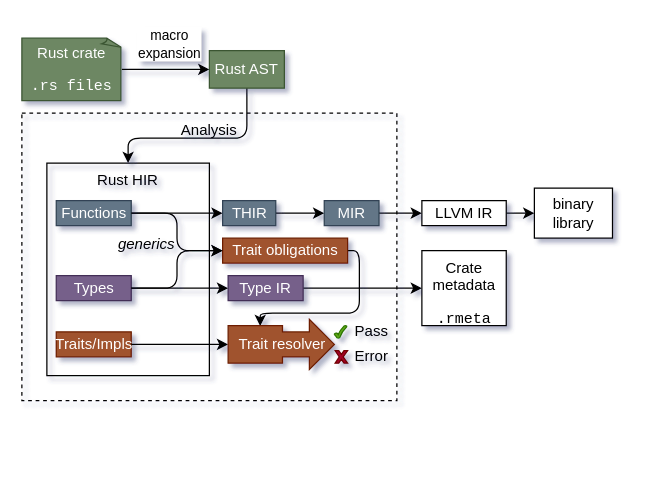
Before: page "rustc" (1 of 3) of docs/design-docs/design.drawio in stuuupidcat/RPL, a draw.io diagram. Source tidied: cells renumbered, new cells numbered last; positions are measured from the earlier drawing's top-left corner, leaving out a move shared by most shapes. Both pictures are drawn from the tidied source at 125%, with x=0, y=0 at pixel (21, 38).
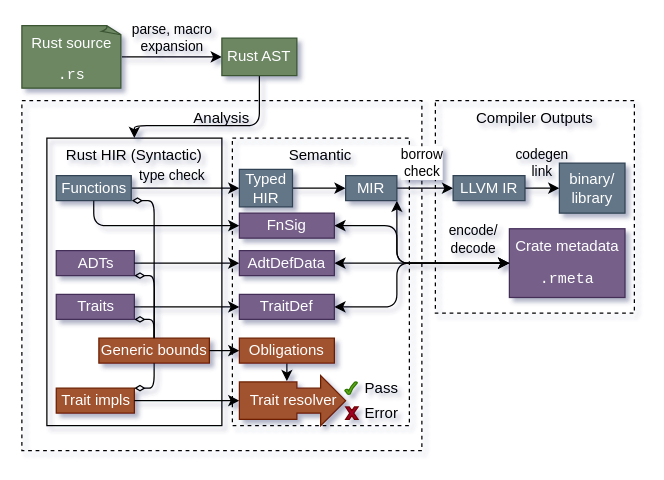
The same diagram, later.

Diff of the diagram source:
```diff
@@
+    <mxCell id="37" value="Compiler Outputs" style="whiteSpace=wrap;html=1;verticalAlign=top;fillColor=none;dashed=1;" parent="1" vertex="1">
+      <mxGeometry x="330.8" y="50" width="159.2" height="170" as="geometry" />
+    </mxCell>
+    <mxCell id="4" value="Analysis" style="rounded=0;whiteSpace=wrap;html=1;fillColor=none;verticalAlign=top;dashed=1;" parent="1" vertex="1">
+      <mxGeometry y="50" width="320" height="280" as="geometry" />
+    </mxCell>
-    <mxCell id="2" value="macro&lt;br&gt;expansion" style="edgeStyle=orthogonalEdgeStyle;rounded=0;jettySize=auto;html=1;" parent="1" edge="1" source="3" target="6">
-      <mxGeometry x="0.09" y="20" relative="1" as="geometry" />
+    <mxCell id="2" value="parse, macro&lt;br&gt;expansion" style="edgeStyle=orthogonalEdgeStyle;rounded=0;jettySize=auto;html=1;labelBackgroundColor=none;labelBorderColor=none;" parent="1" edge="1" source="3" target="6">
+      <mxGeometry y="15" relative="1" as="geometry" />
     </mxCell>
+    <mxCell id="38" value="Semantic" style="whiteSpace=wrap;html=1;verticalAlign=top;fillColor=none;dashed=1;" parent="1" vertex="1">
+      <mxGeometry x="168.4" y="80" width="141.6" height="230" as="geometry" />
+    </mxCell>
-    <mxCell id="3" value="&lt;p&gt;Rust crate&lt;br&gt;&lt;/p&gt;&lt;pre&gt;&lt;span style=&quot;background-color: initial;&quot;&gt;.rs files&lt;/span&gt;&lt;/pre&gt;&lt;p&gt;&lt;/p&gt;&lt;p&gt;&lt;/p&gt;" style="whiteSpace=wrap;html=1;shape=mxgraph.basic.document;fillColor=#6d8764;strokeColor=#3A5431;fontColor=#ffffff;" parent="1" vertex="1">
-      <mxGeometry width="80" height="50" as="geometry" />
+    <mxCell id="3" value="Rust source&lt;br&gt;&lt;pre&gt;&lt;span style=&quot;background-color: initial;&quot;&gt;.rs&lt;/span&gt;&lt;/pre&gt;" style="whiteSpace=wrap;html=1;shape=mxgraph.basic.document;fillColor=#6d8764;strokeColor=#3A5431;fontColor=#ffffff;verticalAlign=top;" parent="1" vertex="1">
+      <mxGeometry y="-10" width="80" height="50" as="geometry" />
     </mxCell>
-    <mxCell id="4" value="Analysis" style="rounded=0;whiteSpace=wrap;html=1;fillColor=none;verticalAlign=top;dashed=1;" parent="1" vertex="1">
-      <mxGeometry y="60" width="300" height="230" as="geometry" />
-    </mxCell>
     <mxCell id="5" style="edgeStyle=orthogonalEdgeStyle;html=1;jumpSize=1;entryX=0.5;entryY=0;entryDx=0;entryDy=0;exitX=0.5;exitY=1;exitDx=0;exitDy=0;" parent="1" edge="1" source="6" target="16">
       <mxGeometry x="-0.05" y="20" relative="1" as="geometry">
         <Array as="points">
-          <mxPoint x="180" y="80" />
-          <mxPoint x="85" y="80" />
+          <mxPoint x="190" y="70" />
+          <mxPoint x="90" y="70" />
         </Array>
         <mxPoint x="-18" y="-20" as="offset" />
       </mxGeometry>
     </mxCell>
     <mxCell id="6" value="Rust AST" style="whiteSpace=wrap;html=1;fillColor=#6d8764;fontColor=#ffffff;strokeColor=#3A5431;" parent="1" vertex="1">
-      <mxGeometry x="150" y="10" width="60" height="30" as="geometry" />
+      <mxGeometry x="160" width="60" height="30" as="geometry" />
     </mxCell>
-    <mxCell id="7" style="edgeStyle=orthogonalEdgeStyle;jumpSize=1;html=1;exitX=1;exitY=0.5;exitDx=0;exitDy=0;" parent="1" edge="1" source="17" target="9">
-      <mxGeometry x="-0.24" y="-20" relative="1" as="geometry" />
+    <mxCell id="7" value="type check" style="edgeStyle=orthogonalEdgeStyle;jumpSize=1;html=1;exitX=1;exitY=0.5;exitDx=0;exitDy=0;labelBackgroundColor=none;" parent="1" edge="1" source="17" target="9">
+      <mxGeometry x="-0.25" y="10" relative="1" as="geometry" />
     </mxCell>
@@
-    <mxCell id="9" value="THIR" style="whiteSpace=wrap;html=1;fillColor=#647687;fontColor=#ffffff;strokeColor=#314354;" parent="1" vertex="1">
-      <mxGeometry x="160.6" y="130" width="42.5" height="20" as="geometry" />
+    <mxCell id="9" value="Typed HIR" style="whiteSpace=wrap;html=1;fillColor=#647687;fontColor=#ffffff;strokeColor=#314354;" parent="1" vertex="1">
+      <mxGeometry x="174" y="105" width="42.5" height="30" as="geometry" />
     </mxCell>
-    <mxCell id="10" style="edgeStyle=none;html=1;" parent="1" edge="1" source="11" target="13">
-      <mxGeometry relative="1" as="geometry" />
+    <mxCell id="10" value="borrow&lt;br&gt;check" style="edgeStyle=none;html=1;labelBackgroundColor=default;" parent="1" edge="1" source="11" target="13">
+      <mxGeometry x="-0.11" y="20" relative="1" as="geometry" />
     </mxCell>
+    <mxCell id="39" style="edgeStyle=orthogonalEdgeStyle;html=1;entryX=0;entryY=0.5;entryDx=0;entryDy=0;startArrow=classic;startFill=1;endArrow=none;endFill=0;exitX=1;exitY=1;exitDx=0;exitDy=0;" parent="1" edge="1" source="11" target="14">
+      <mxGeometry relative="1" as="geometry">
+        <Array as="points">
+          <mxPoint x="300" y="180" />
+        </Array>
+      </mxGeometry>
+    </mxCell>
     <mxCell id="11" value="MIR" style="whiteSpace=wrap;html=1;fillColor=#647687;fontColor=#ffffff;strokeColor=#314354;" parent="1" vertex="1">
-      <mxGeometry x="241.9" y="130" width="43.8" height="20" as="geometry" />
+      <mxGeometry x="259" y="110" width="41" height="20" as="geometry" />
     </mxCell>
-    <mxCell id="12" style="edgeStyle=orthogonalEdgeStyle;html=1;" parent="1" edge="1" source="13" target="21">
-      <mxGeometry relative="1" as="geometry" />
+    <mxCell id="12" value="codegen&lt;br&gt;link" style="edgeStyle=orthogonalEdgeStyle;html=1;labelBackgroundColor=none;" parent="1" edge="1" source="13" target="21">
+      <mxGeometry x="-0.07" y="20" relative="1" as="geometry" />
     </mxCell>
-    <mxCell id="13" value="LLVM IR" style="whiteSpace=wrap;html=1;" parent="1" vertex="1">
-      <mxGeometry x="320" y="130" width="67.5" height="20" as="geometry" />
+    <mxCell id="13" value="LLVM IR" style="whiteSpace=wrap;html=1;fillColor=#647687;fontColor=#ffffff;strokeColor=#314354;" parent="1" vertex="1">
+      <mxGeometry x="345" y="110" width="57.5" height="20" as="geometry" />
     </mxCell>
-    <mxCell id="14" value="Crate metadata&lt;br&gt;&lt;pre&gt;.rmeta&lt;/pre&gt;" style="whiteSpace=wrap;html=1;verticalAlign=top;" parent="1" vertex="1">
-      <mxGeometry x="320" y="170" width="67.5" height="60" as="geometry" />
+    <mxCell id="14" value="Crate metadata&lt;br&gt;&lt;pre&gt;.rmeta&lt;/pre&gt;" style="whiteSpace=wrap;html=1;verticalAlign=top;fillColor=#76608a;fontColor=#ffffff;strokeColor=#432D57;" parent="1" vertex="1">
+      <mxGeometry x="390" y="152.5" width="92.5" height="55" as="geometry" />
     </mxCell>
     <mxCell id="15" style="group;" parent="1" vertex="1">
-      <mxGeometry x="20" y="100" width="130" height="180" as="geometry" />
+      <mxGeometry x="20" y="100" width="140" height="210" as="geometry" />
     </mxCell>
-    <mxCell id="16" value="Rust HIR" style="whiteSpace=wrap;html=1;verticalAlign=top;fillColor=none;" parent="15" vertex="1">
-      <mxGeometry width="130" height="170" as="geometry" />
+    <mxCell id="16" value="Rust HIR (Syntactic)" style="whiteSpace=wrap;html=1;verticalAlign=top;fillColor=none;" parent="15" vertex="1">
+      <mxGeometry y="-20" width="140" height="230" as="geometry" />
     </mxCell>
     <mxCell id="17" value="Functions" style="whiteSpace=wrap;html=1;fillColor=#647687;strokeColor=#314354;fontColor=#ffffff;" parent="15" vertex="1">
-      <mxGeometry x="7.5" y="30" width="60" height="20" as="geometry" />
+      <mxGeometry x="7.5" y="10" width="60" height="20" as="geometry" />
     </mxCell>
+    <mxCell id="40" style="html=1;startArrow=diamondThin;startFill=0;endArrow=none;endFill=0;exitX=1;exitY=1;exitDx=0;exitDy=0;entryX=0.5;entryY=0;entryDx=0;entryDy=0;edgeStyle=orthogonalEdgeStyle;" parent="15" edge="1" source="18" target="23">
+      <mxGeometry relative="1" as="geometry">
+        <Array as="points">
+          <mxPoint x="86" y="125" />
+        </Array>
+      </mxGeometry>
+    </mxCell>
-    <mxCell id="18" value="Traits/Impls" style="whiteSpace=wrap;html=1;fillColor=#a0522d;fontColor=#ffffff;strokeColor=#6D1F00;" parent="15" vertex="1">
-      <mxGeometry x="7.5" y="135" width="60" height="20" as="geometry" />
+    <mxCell id="18" value="Traits" style="whiteSpace=wrap;html=1;fillColor=#76608a;fontColor=#ffffff;strokeColor=#432D57;" parent="15" vertex="1">
+      <mxGeometry x="7.5" y="105" width="62.5" height="20" as="geometry" />
     </mxCell>
-    <mxCell id="19" value="Types" style="whiteSpace=wrap;html=1;fillColor=#76608a;fontColor=#ffffff;strokeColor=#432D57;" parent="15" vertex="1">
-      <mxGeometry x="7.5" y="90" width="60" height="20" as="geometry" />
+    <mxCell id="19" value="ADTs" style="whiteSpace=wrap;html=1;fillColor=#76608a;fontColor=#ffffff;strokeColor=#432D57;" parent="15" vertex="1">
+      <mxGeometry x="7.5" y="70" width="62.5" height="20" as="geometry" />
     </mxCell>
-    <mxCell id="20" value="&lt;i&gt;generics&lt;/i&gt;" style="text;html=1;strokeColor=none;fillColor=none;align=center;verticalAlign=middle;whiteSpace=wrap;rounded=0;" parent="15" vertex="1">
-      <mxGeometry x="60" y="60" width="40" height="10" as="geometry" />
-    </mxCell>
+    <mxCell id="41" value="Trait impls" style="whiteSpace=wrap;html=1;fillColor=#a0522d;fontColor=#ffffff;strokeColor=#6D1F00;" parent="15" vertex="1">
+      <mxGeometry x="7.5" y="180" width="62.5" height="20" as="geometry" />
+    </mxCell>
+    <mxCell id="25" style="html=1;entryX=0.5;entryY=0;entryDx=0;entryDy=0;exitX=1;exitY=1;exitDx=0;exitDy=0;endArrow=none;endFill=0;edgeStyle=orthogonalEdgeStyle;startArrow=diamondThin;startFill=0;" parent="15" edge="1" source="19" target="23">
+      <mxGeometry relative="1" as="geometry">
+        <Array as="points">
+          <mxPoint x="86" y="90" />
+          <mxPoint x="86" y="115" />
+          <mxPoint x="86" y="115" />
+        </Array>
+      </mxGeometry>
+    </mxCell>
+    <mxCell id="23" value="Generic bounds" style="rounded=0;whiteSpace=wrap;html=1;fillColor=#a0522d;fontColor=#ffffff;strokeColor=#6D1F00;" parent="15" vertex="1">
+      <mxGeometry x="41.6" y="140" width="88.4" height="20" as="geometry" />
+    </mxCell>
+    <mxCell id="42" style="html=1;entryX=0.5;entryY=1;entryDx=0;entryDy=0;exitX=1;exitY=0;exitDx=0;exitDy=0;endArrow=none;endFill=0;edgeStyle=orthogonalEdgeStyle;startArrow=diamondThin;startFill=0;" parent="15" edge="1" source="41" target="23">
+      <mxGeometry relative="1" as="geometry">
+        <Array as="points">
+          <mxPoint x="86" y="180" />
+        </Array>
+      </mxGeometry>
+    </mxCell>
+    <mxCell id="24" style="html=1;entryX=0.5;entryY=0;entryDx=0;entryDy=0;endArrow=none;endFill=0;edgeStyle=orthogonalEdgeStyle;startArrow=diamondThin;startFill=0;" parent="15" edge="1" target="23">
+      <mxGeometry relative="1" as="geometry">
+        <mxPoint x="68" y="30" as="sourcePoint" />
+        <Array as="points">
+          <mxPoint x="68" y="30" />
+          <mxPoint x="86" y="30" />
+        </Array>
+      </mxGeometry>
+    </mxCell>
-    <mxCell id="21" value="binary&lt;br&gt;library" style="whiteSpace=wrap;html=1;" parent="1" vertex="1">
-      <mxGeometry x="410" y="120" width="62.5" height="40" as="geometry" />
+    <mxCell id="21" value="binary/&lt;br&gt;library" style="whiteSpace=wrap;html=1;fillColor=#647687;fontColor=#ffffff;strokeColor=#314354;" parent="1" vertex="1">
+      <mxGeometry x="430" y="100" width="52.5" height="40" as="geometry" />
     </mxCell>
-    <mxCell id="22" style="edgeStyle=orthogonalEdgeStyle;html=1;entryX=0.302;entryY=0.013;entryDx=0;entryDy=0;entryPerimeter=0;" parent="1" edge="1" source="23" target="27">
-      <mxGeometry relative="1" as="geometry">
-        <Array as="points">
-          <mxPoint x="270" y="170" />
-          <mxPoint x="270" y="220" />
-          <mxPoint x="190" y="220" />
-          <mxPoint x="190" y="230" />
-        </Array>
-      </mxGeometry>
+    <mxCell id="22" style="edgeStyle=orthogonalEdgeStyle;html=1;startArrow=none;entryX=0.447;entryY=-0.019;entryDx=0;entryDy=0;entryPerimeter=0;exitX=0.5;exitY=1;exitDx=0;exitDy=0;" parent="1" edge="1" source="51" target="27">
+      <mxGeometry relative="1" as="geometry" />
     </mxCell>
-    <mxCell id="23" value="Trait obligations" style="rounded=0;whiteSpace=wrap;html=1;fillColor=#a0522d;fontColor=#ffffff;strokeColor=#6D1F00;" parent="1" vertex="1">
-      <mxGeometry x="160.6" y="160" width="100" height="20" as="geometry" />
-    </mxCell>
-    <mxCell id="24" style="edgeStyle=orthogonalEdgeStyle;html=1;entryX=0;entryY=0.5;entryDx=0;entryDy=0;" parent="1" edge="1" source="17" target="23">
-      <mxGeometry relative="1" as="geometry" />
-    </mxCell>
-    <mxCell id="25" style="edgeStyle=orthogonalEdgeStyle;html=1;entryX=0;entryY=0.5;entryDx=0;entryDy=0;" parent="1" edge="1" source="19" target="23">
-      <mxGeometry relative="1" as="geometry" />
-    </mxCell>
-    <mxCell id="26" style="edgeStyle=orthogonalEdgeStyle;html=1;" parent="1" edge="1" source="18" target="27">
+    <mxCell id="26" style="edgeStyle=orthogonalEdgeStyle;html=1;exitX=1;exitY=0.5;exitDx=0;exitDy=0;" parent="1" edge="1" source="41" target="27">
       <mxGeometry relative="1" as="geometry" />
     </mxCell>
-    <mxCell id="27" value="Trait resolver" style="html=1;shadow=0;dashed=0;align=center;verticalAlign=middle;shape=mxgraph.arrows2.calloutArrow;dy=10;dx=20;notch=43.5;arrowHead=10;rounded=1;glass=0;sketch=0;fontColor=#ffffff;fillColor=#a0522d;strokeColor=#6D1F00;" parent="1" vertex="1">
-      <mxGeometry x="165" y="230" width="85" height="30" as="geometry" />
+    <mxCell id="27" value="Trait resolver" style="html=1;shadow=0;dashed=0;align=center;verticalAlign=middle;shape=mxgraph.arrows2.calloutArrow;dy=10;dx=20;notch=46.03;arrowHead=10;rounded=1;glass=0;sketch=0;fontColor=#ffffff;fillColor=#a0522d;strokeColor=#6D1F00;" parent="1" vertex="1">
+      <mxGeometry x="174" y="275" width="85" height="30" as="geometry" />
     </mxCell>
@@
-    <mxCell id="29" style="edgeStyle=orthogonalEdgeStyle;html=1;fontColor=default;" parent="1" edge="1" source="30" target="14">
+    <mxCell id="29" style="edgeStyle=orthogonalEdgeStyle;html=1;fontColor=default;startArrow=classic;startFill=1;" parent="1" edge="1" source="30" target="14">
       <mxGeometry relative="1" as="geometry" />
     </mxCell>
-    <mxCell id="30" value="Type IR" style="rounded=0;whiteSpace=wrap;html=1;shadow=0;glass=0;sketch=0;fontColor=#ffffff;fillColor=#76608a;strokeColor=#432D57;" parent="1" vertex="1">
-      <mxGeometry x="165" y="190" width="60" height="20" as="geometry" />
-    </mxCell>
+    <mxCell id="43" value="encode/&lt;br&gt;decode" style="edgeLabel;html=1;align=center;verticalAlign=middle;labelBackgroundColor=none;" parent="29" vertex="1">
+      <mxGeometry x="-0.38" y="-2" relative="1" as="geometry">
+        <mxPoint x="67" y="-22" as="offset" />
+      </mxGeometry>
+    </mxCell>
     <mxCell id="31" style="group;" parent="1" vertex="1">
-      <mxGeometry x="250" y="230" width="50" height="10" as="geometry" />
+      <mxGeometry x="258.4" y="275" width="50" height="10" as="geometry" />
     </mxCell>
+    <mxCell id="44" style="group;" parent="31" vertex="1">
+      <mxGeometry width="50" height="10" as="geometry" />
+    </mxCell>
-    <mxCell id="32" style="verticalLabelPosition=bottom;verticalAlign=top;html=1;shape=mxgraph.basic.tick;rounded=1;shadow=0;glass=0;sketch=0;fontColor=#ffffff;fillColor=#60a917;strokeColor=#2D7600;" parent="31" vertex="1">
+    <mxCell id="32" style="verticalLabelPosition=bottom;verticalAlign=top;html=1;shape=mxgraph.basic.tick;rounded=1;shadow=0;glass=0;sketch=0;fontColor=#ffffff;fillColor=#60a917;strokeColor=#2D7600;" parent="44" vertex="1">
       <mxGeometry width="10" height="10" as="geometry" />
     </mxCell>
-    <mxCell id="33" value="Pass" style="text;html=1;strokeColor=none;fillColor=none;align=center;verticalAlign=middle;whiteSpace=wrap;rounded=0;shadow=0;glass=0;sketch=0;fontColor=default;" parent="31" vertex="1">
+    <mxCell id="33" value="Pass" style="text;html=1;strokeColor=none;fillColor=none;align=center;verticalAlign=middle;whiteSpace=wrap;rounded=0;shadow=0;glass=0;sketch=0;fontColor=default;" parent="44" vertex="1">
       <mxGeometry x="10" width="40" height="10" as="geometry" />
     </mxCell>
     <mxCell id="34" style="group;" parent="1" vertex="1">
-      <mxGeometry x="250.6" y="250" width="49.4" height="10" as="geometry" />
+      <mxGeometry x="259" y="295" width="49.4" height="10" as="geometry" />
     </mxCell>
@@
+    <mxCell id="30" value="AdtDefData" style="rounded=0;whiteSpace=wrap;html=1;shadow=0;glass=0;sketch=0;fontColor=#ffffff;fillColor=#76608a;strokeColor=#432D57;" parent="1" vertex="1">
+      <mxGeometry x="174" y="170" width="76" height="20" as="geometry" />
+    </mxCell>
+    <mxCell id="45" style="edgeStyle=orthogonalEdgeStyle;html=1;entryX=0;entryY=0.5;entryDx=0;entryDy=0;startArrow=classic;startFill=1;" parent="1" edge="1" source="46" target="14">
+      <mxGeometry relative="1" as="geometry">
+        <Array as="points">
+          <mxPoint x="300" y="150" />
+          <mxPoint x="300" y="180" />
+        </Array>
+      </mxGeometry>
+    </mxCell>
+    <mxCell id="46" value="FnSig" style="whiteSpace=wrap;html=1;fillColor=#76608a;fontColor=#ffffff;strokeColor=#432D57;" parent="1" vertex="1">
+      <mxGeometry x="174" y="140" width="76" height="20" as="geometry" />
+    </mxCell>
+    <mxCell id="47" style="edgeStyle=orthogonalEdgeStyle;html=1;entryX=0;entryY=0.5;entryDx=0;entryDy=0;exitX=0.5;exitY=1;exitDx=0;exitDy=0;" parent="1" edge="1" source="17" target="46">
+      <mxGeometry relative="1" as="geometry">
+        <Array as="points">
+          <mxPoint x="58" y="150" />
+        </Array>
+      </mxGeometry>
+    </mxCell>
+    <mxCell id="48" style="edgeStyle=orthogonalEdgeStyle;html=1;entryX=0;entryY=0.5;entryDx=0;entryDy=0;startArrow=classic;startFill=1;" parent="1" edge="1" source="49" target="14">
+      <mxGeometry relative="1" as="geometry">
+        <Array as="points">
+          <mxPoint x="300" y="215" />
+          <mxPoint x="300" y="180" />
+        </Array>
+      </mxGeometry>
+    </mxCell>
+    <mxCell id="49" value="TraitDef" style="rounded=0;whiteSpace=wrap;html=1;shadow=0;glass=0;sketch=0;fontColor=#ffffff;fillColor=#76608a;strokeColor=#432D57;" parent="1" vertex="1">
+      <mxGeometry x="174" y="205" width="76" height="20" as="geometry" />
+    </mxCell>
+    <mxCell id="50" style="edgeStyle=orthogonalEdgeStyle;html=1;" parent="1" edge="1" source="18" target="49">
+      <mxGeometry relative="1" as="geometry" />
+    </mxCell>
+    <mxCell id="51" value="Obligations" style="rounded=0;whiteSpace=wrap;html=1;fillColor=#a0522d;fontColor=#ffffff;strokeColor=#6D1F00;" parent="1" vertex="1">
+      <mxGeometry x="174" y="240" width="76" height="20" as="geometry" />
+    </mxCell>
+    <mxCell id="52" style="edgeStyle=orthogonalEdgeStyle;html=1;endArrow=classic;endFill=1;" parent="1" edge="1" source="23" target="51">
+      <mxGeometry relative="1" as="geometry" />
+    </mxCell>
```
